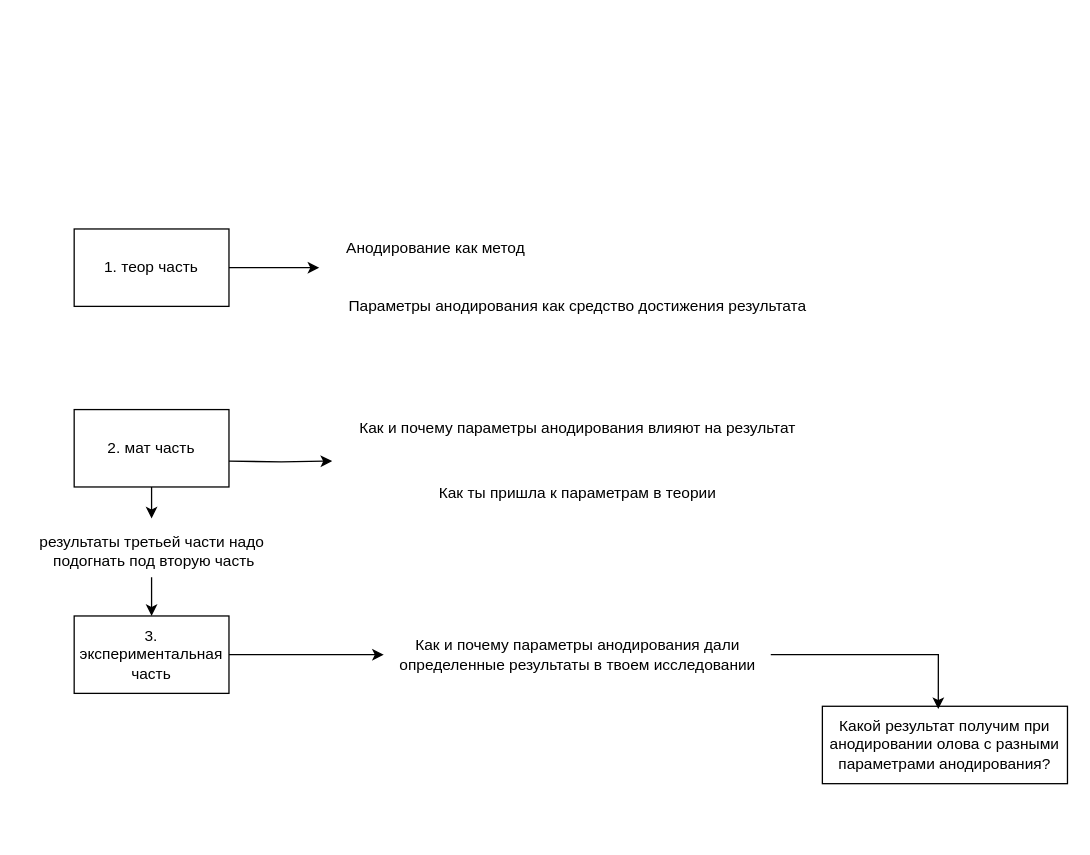
Vilgiz/Draw.io keeps this draw.io diagram as olya.drawio. Above is the earlier version. Source tidied: cells renumbered, new cells numbered last; positions are measured from the earlier drawing's top-left corner, leaving out a move shared by most shapes. Both pictures are drawn from the tidied source at 129%, with x=0, y=0 at pixel (22, 228).
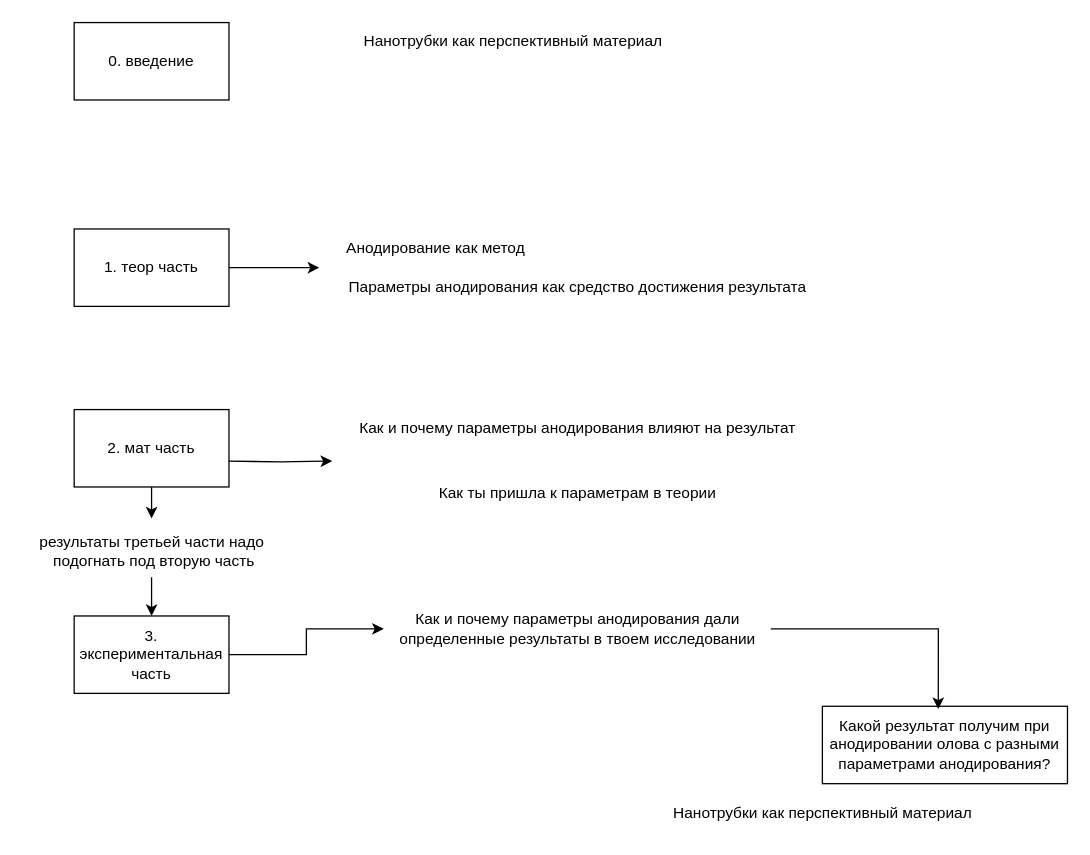
After the change.

What changed in the source:
```diff
@@
     <mxCell id="10" value="Параметры анодирования как средство достижения результата" style="text;html=1;align=center;verticalAlign=middle;strokeColor=none;fillColor=none;" parent="1" vertex="1">
-      <mxGeometry x="240" y="45" width="380" height="30" as="geometry" />
+      <mxGeometry x="240" y="30" width="380" height="30" as="geometry" />
     </mxCell>
@@
     <mxCell id="12" value="Как и почему параметры анодирования дали &lt;br&gt;определенные результаты в твоем исследовании" style="text;html=1;align=center;verticalAlign=middle;points=[];strokeColor=none;fillColor=none;" parent="1" vertex="1">
-      <mxGeometry x="280" y="310" width="300" height="40" as="geometry" />
+      <mxGeometry x="280" y="290" width="300" height="40" as="geometry" />
     </mxCell>
@@
+    <mxCell id="18" value="Нанотрубки как перспективный материал" style="text;html=1;align=center;verticalAlign=middle;strokeColor=none;fillColor=none;" parent="1" vertex="1">
+      <mxGeometry x="490" y="438" width="260" height="30" as="geometry" />
+    </mxCell>
+    <mxCell id="19" value="Нанотрубки как перспективный материал" style="text;html=1;align=center;verticalAlign=middle;strokeColor=none;fillColor=none;" parent="1" vertex="1">
+      <mxGeometry x="250" y="-160" width="260" height="30" as="geometry" />
+    </mxCell>
+    <mxCell id="20" value="0. введение" style="rounded=0;whiteSpace=wrap;html=1;" parent="1" vertex="1">
+      <mxGeometry x="40" y="-160" width="120" height="60" as="geometry" />
+    </mxCell>
```
